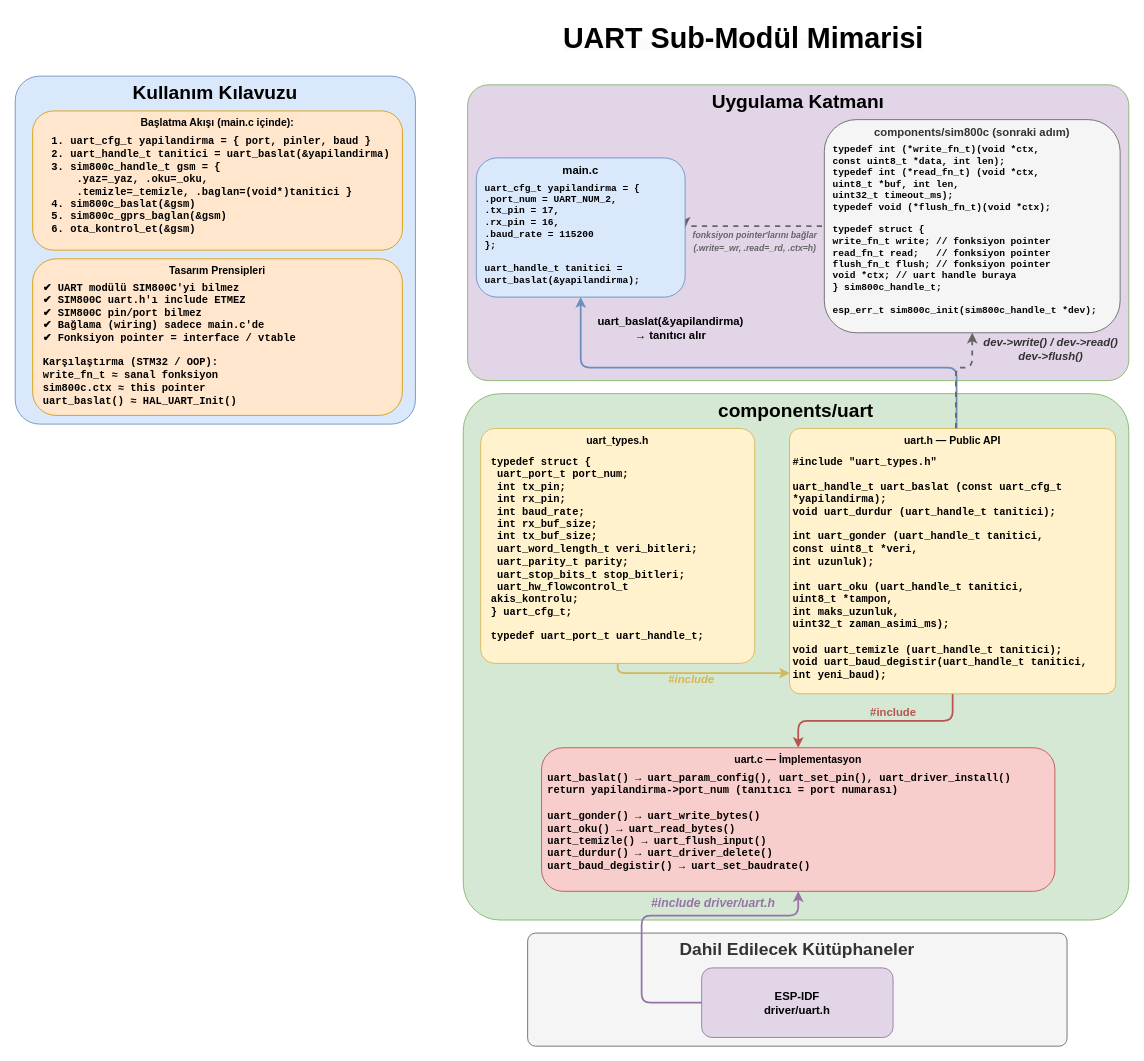
This is docs/uart_sub-modül_mimari/uart_mimarisi.drawio from BasriSoylu/smart-bike-iot-idf, a draw.io file, before an edit. Source tidied: cells renumbered, new cells numbered last; positions are measured from the earlier drawing's top-left corner, leaving out a move shared by most shapes. Both pictures are drawn from the tidied source at 87%, with x=0, y=0 at pixel (15, 15).
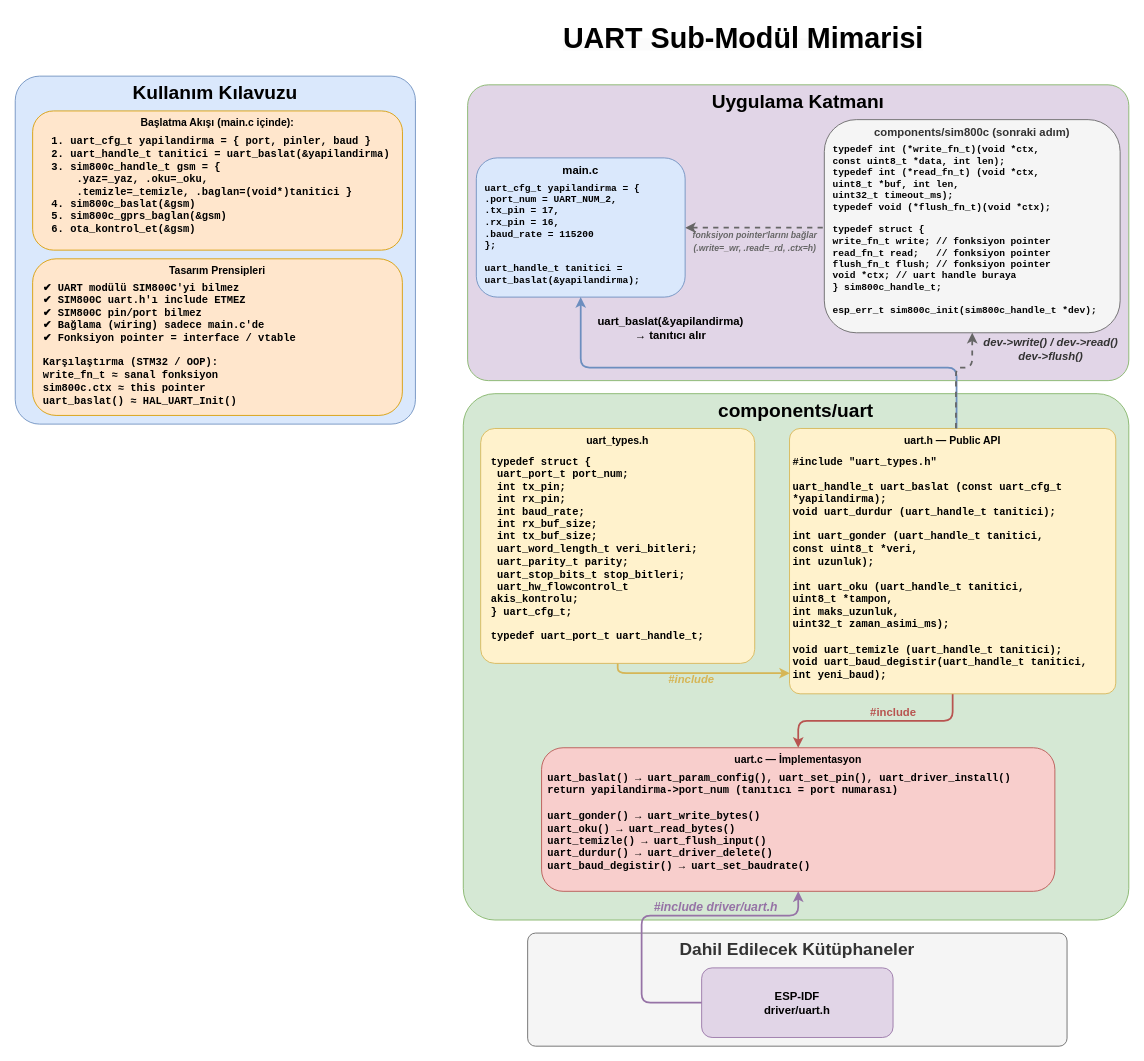
The same page after the edit.

The change refers to these unchanged cells:
```xml
<mxCell id="12" value="ESP-IDF&#10;driver/uart.h" style="rounded=1;whiteSpace=wrap;html=1;fillColor=#e1d5e7;strokeColor=#9673a6;fontSize=13;fontStyle=1;" parent="1" vertex="1">
  <mxGeometry x="789" y="1095" width="220" height="80" as="geometry" />
</mxCell>
<mxCell id="19" value="main.c" style="rounded=1;whiteSpace=wrap;html=1;fillColor=#dae8fc;strokeColor=#6c8ebf;fontSize=13;fontStyle=1;verticalAlign=top;" parent="18" vertex="1">
  <mxGeometry width="240" height="160" as="geometry" />
</mxCell>
<mxCell id="23" value="components/sim800c  (sonraki adım)" style="rounded=1;whiteSpace=wrap;html=1;fillColor=#f5f5f5;strokeColor=#666666;fontColor=#333333;fontSize=13;fontStyle=1;verticalAlign=top;" parent="22" vertex="1">
  <mxGeometry width="340" height="245" as="geometry" />
</mxCell>
<mxCell id="33" value="uart.c  —  İmplementasyon" style="rounded=1;whiteSpace=wrap;html=1;fillColor=#f8cecc;strokeColor=#b85450;fontSize=12;fontStyle=1;verticalAlign=top;" parent="32" vertex="1">
  <mxGeometry width="590" height="165" as="geometry" />
</mxCell>
```

The edit, as a diff of the source:
```diff
@@
-    <mxCell id="5" value="&lt;b&gt;&lt;font style=&quot;font-size: 22px;&quot;&gt;components/uart&lt;/font&gt;&lt;/b&gt;" style="rounded=1;whiteSpace=wrap;html=1;fillColor=#d5e8d4;strokeColor=#82b366;fontSize=14;fontStyle=1;verticalAlign=top;arcSize=7;" parent="1" vertex="1">
+    <mxCell id="5" value="&lt;b&gt;&lt;font style=&quot;font-size: 22px;&quot;&gt;components/uart&lt;/font&gt;&lt;/b&gt;" style="rounded=1;whiteSpace=wrap;html=1;fillColor=#d5e8d4;strokeColor=#82b366;fontSize=14;fontStyle=1;verticalAlign=top;arcSize=6;" parent="1" vertex="1">
       <mxGeometry x="515" y="435" width="765" height="605" as="geometry" />
     </mxCell>
@@
     <mxCell id="14" value="&lt;font style=&quot;font-size: 14px;&quot;&gt;&lt;b&gt;#include driver/uart.h&lt;/b&gt;&lt;/font&gt;" style="edgeStyle=orthogonalEdgeStyle;html=1;exitX=0.5;exitY=1;exitDx=0;exitDy=0;entryX=0;entryY=0.5;entryDx=0;entryDy=0;strokeColor=#9673a6;fontColor=#9673a6;fontStyle=2;fontSize=11;startArrow=classic;startFill=1;endArrow=none;strokeWidth=2;labelBackgroundColor=none;" parent="1" edge="1" source="33" target="12">
-      <mxGeometry x="-0.33" y="-15" relative="1" as="geometry">
+      <mxGeometry x="-0.35" y="-10" relative="1" as="geometry">
         <Array as="points">
           <mxPoint x="900" y="1035" />
           <mxPoint x="720" y="1035" />
           <mxPoint x="720" y="1135" />
         </Array>
       </mxGeometry>
     </mxCell>
@@
-    <mxCell id="16" value="&lt;span&gt;&lt;b&gt;&lt;font style=&quot;font-size: 10px;&quot;&gt;fonksiyon pointer'larını bağlar&lt;br&gt;(.write=_wr, .read=_rd, .ctx=h)&lt;/font&gt;&lt;/b&gt;&lt;/span&gt;" style="edgeStyle=orthogonalEdgeStyle;html=1;exitX=1;exitY=0.5;exitDx=0;exitDy=0;entryX=0;entryY=0.5;entryDx=0;entryDy=0;strokeColor=#666666;fontColor=#666666;fontStyle=2;fontSize=12;dashed=1;startArrow=classic;startFill=1;endArrow=none;labelBackgroundColor=none;strokeWidth=2;" parent="1" edge="1" source="19" target="23">
+    <mxCell id="16" value="&lt;span&gt;&lt;b&gt;&lt;font style=&quot;font-size: 10px;&quot;&gt;fonksiyon pointer'larını bağlar&lt;br&gt;(.write=_wr, .read=_rd, .ctx=h)&lt;/font&gt;&lt;/b&gt;&lt;/span&gt;" style="edgeStyle=orthogonalEdgeStyle;html=1;exitX=1;exitY=0.5;exitDx=0;exitDy=0;entryX=-0.001;entryY=0.507;entryDx=0;entryDy=0;strokeColor=#666666;fontColor=#666666;fontStyle=2;fontSize=12;dashed=1;startArrow=classic;startFill=1;endArrow=none;labelBackgroundColor=none;strokeWidth=2;entryPerimeter=0;" parent="1" edge="1" source="19" target="23">
       <mxGeometry y="-16" relative="1" as="geometry">
         <Array as="points">
-          <mxPoint x="770" y="243" />
-          <mxPoint x="930" y="243" />
+          <mxPoint x="930" y="244" />
         </Array>
       </mxGeometry>
     </mxCell>
```
